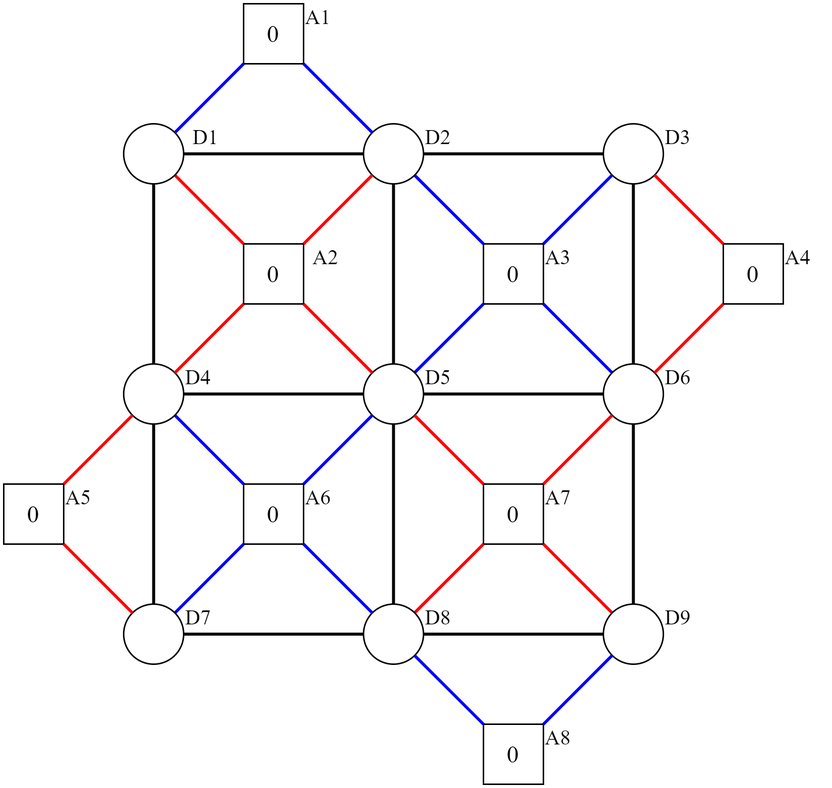
This is pictures/surface_code/surface_code_nine_qubits_layout.drawio.png from Mitch36/QuantumSim-QEC, a draw.io export, as it was before one commit. Source tidied: cells renumbered, new cells last; positions are measured from the earlier drawing's top-left corner, leaving out a move shared by most shapes.
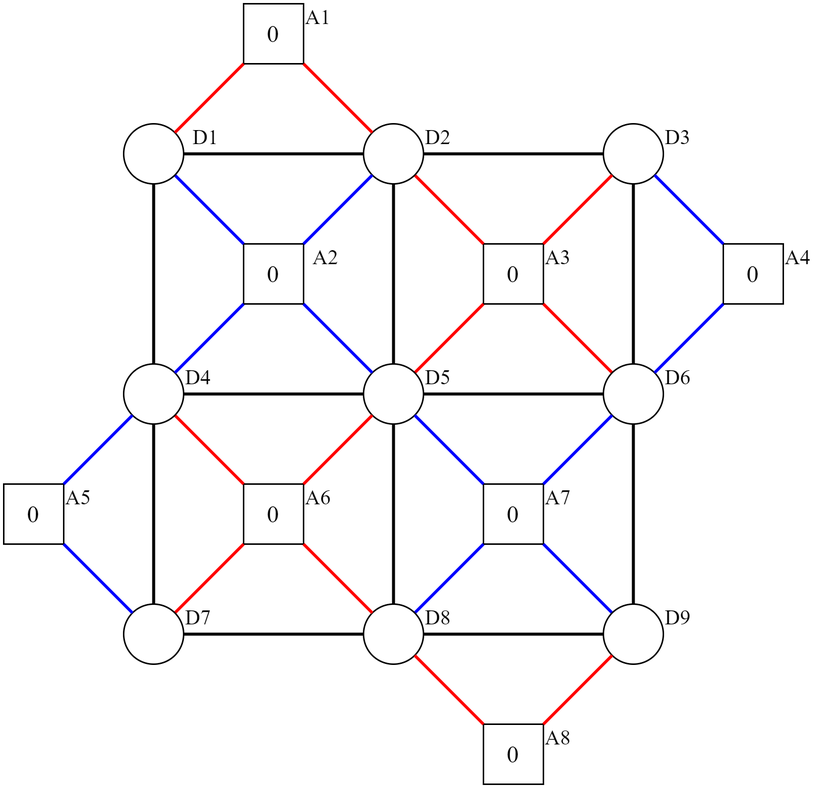
After the change.

Diff of the diagram source:
```diff
@@ -8,10 +8,10 @@
     <mxCell id="3" value="&lt;font style=&quot;font-size: 14px;&quot;&gt;A3&lt;/font&gt;" style="text;html=1;strokeColor=none;fillColor=none;align=center;verticalAlign=middle;whiteSpace=wrap;rounded=0;fontFamily=Times New Roman;" parent="1" vertex="1">
       <mxGeometry x="350" y="160" width="40" height="20" as="geometry" />
     </mxCell>
-    <mxCell id="4" style="endArrow=none;html=1;rounded=0;fontFamily=Times New Roman;strokeWidth=2;strokeColor=#0000FF;entryX=0;entryY=1;entryDx=0;entryDy=0;" parent="1" edge="1" source="14" target="2">
+    <mxCell id="4" style="endArrow=none;html=1;rounded=0;fontFamily=Times New Roman;strokeWidth=2;strokeColor=#FF0000;entryX=0;entryY=1;entryDx=0;entryDy=0;" parent="1" edge="1" source="14" target="2">
       <mxGeometry relative="1" as="geometry" />
     </mxCell>
-    <mxCell id="5" style="endArrow=none;html=1;rounded=0;fontFamily=Times New Roman;strokeWidth=2;strokeColor=#0000FF;entryX=0;entryY=0;entryDx=0;entryDy=0;" parent="1" edge="1" source="7" target="2">
+    <mxCell id="5" style="endArrow=none;html=1;rounded=0;fontFamily=Times New Roman;strokeWidth=2;strokeColor=#FF0000;entryX=0;entryY=0;entryDx=0;entryDy=0;" parent="1" edge="1" source="7" target="2">
       <mxGeometry relative="1" as="geometry" />
     </mxCell>
     <mxCell id="6" value="&lt;font style=&quot;font-size: 14px;&quot;&gt;D2&lt;/font&gt;" style="text;html=1;strokeColor=none;fillColor=none;align=center;verticalAlign=middle;whiteSpace=wrap;rounded=0;fontFamily=Times New Roman;" parent="1" vertex="1">
@@ -26,10 +26,10 @@
     <mxCell id="9" value="&lt;font style=&quot;font-size: 14px;&quot;&gt;D3&lt;/font&gt;" style="text;html=1;strokeColor=none;fillColor=none;align=center;verticalAlign=middle;whiteSpace=wrap;rounded=0;fontFamily=Times New Roman;" parent="1" vertex="1">
       <mxGeometry x="430" y="80" width="40" height="20" as="geometry" />
     </mxCell>
-    <mxCell id="10" style="endArrow=none;html=1;rounded=0;fontFamily=Times New Roman;strokeWidth=2;strokeColor=#0000FF;exitX=1;exitY=0;exitDx=0;exitDy=0;" parent="1" edge="1" source="2" target="8">
+    <mxCell id="10" style="endArrow=none;html=1;rounded=0;fontFamily=Times New Roman;strokeWidth=2;strokeColor=#FF0000;exitX=1;exitY=0;exitDx=0;exitDy=0;" parent="1" edge="1" source="2" target="8">
       <mxGeometry relative="1" as="geometry" />
     </mxCell>
-    <mxCell id="11" style="endArrow=none;html=1;rounded=0;fontFamily=Times New Roman;strokeWidth=2;strokeColor=#0000FF;" parent="1" edge="1" source="2" target="12">
+    <mxCell id="11" style="endArrow=none;html=1;rounded=0;fontFamily=Times New Roman;strokeWidth=2;strokeColor=#FF0000;" parent="1" edge="1" source="2" target="12">
       <mxGeometry relative="1" as="geometry" />
     </mxCell>
     <mxCell id="12" style="ellipse;whiteSpace=wrap;html=1;fontFamily=Times New Roman;" parent="1" vertex="1">
@@ -50,16 +50,16 @@
     <mxCell id="17" value="&lt;font style=&quot;font-size: 14px;&quot;&gt;A7&lt;/font&gt;" style="text;html=1;strokeColor=none;fillColor=none;align=center;verticalAlign=middle;whiteSpace=wrap;rounded=0;fontFamily=Times New Roman;" parent="1" vertex="1">
       <mxGeometry x="350" y="320" width="40" height="20" as="geometry" />
     </mxCell>
-    <mxCell id="18" style="endArrow=none;html=1;rounded=0;fontFamily=Times New Roman;strokeWidth=2;strokeColor=#FF0000;entryX=0;entryY=1;entryDx=0;entryDy=0;" parent="1" edge="1" source="23" target="16">
+    <mxCell id="18" style="endArrow=none;html=1;rounded=0;fontFamily=Times New Roman;strokeWidth=2;strokeColor=#0000FF;entryX=0;entryY=1;entryDx=0;entryDy=0;" parent="1" edge="1" source="23" target="16">
       <mxGeometry relative="1" as="geometry" />
     </mxCell>
-    <mxCell id="19" style="endArrow=none;html=1;rounded=0;fontFamily=Times New Roman;strokeWidth=2;strokeColor=#FF0000;entryX=0;entryY=0;entryDx=0;entryDy=0;" parent="1" edge="1" source="14" target="16">
+    <mxCell id="19" style="endArrow=none;html=1;rounded=0;fontFamily=Times New Roman;strokeWidth=2;strokeColor=#0000FF;entryX=0;entryY=0;entryDx=0;entryDy=0;" parent="1" edge="1" source="14" target="16">
       <mxGeometry relative="1" as="geometry" />
     </mxCell>
-    <mxCell id="20" style="endArrow=none;html=1;rounded=0;fontFamily=Times New Roman;strokeWidth=2;strokeColor=#FF0000;exitX=1;exitY=0;exitDx=0;exitDy=0;" parent="1" edge="1" source="16" target="12">
+    <mxCell id="20" style="endArrow=none;html=1;rounded=0;fontFamily=Times New Roman;strokeWidth=2;strokeColor=#0000FF;exitX=1;exitY=0;exitDx=0;exitDy=0;" parent="1" edge="1" source="16" target="12">
       <mxGeometry relative="1" as="geometry" />
     </mxCell>
-    <mxCell id="21" style="endArrow=none;html=1;rounded=0;fontFamily=Times New Roman;strokeWidth=2;strokeColor=#FF0000;" parent="1" edge="1" source="16" target="26">
+    <mxCell id="21" style="endArrow=none;html=1;rounded=0;fontFamily=Times New Roman;strokeWidth=2;strokeColor=#0000FF;" parent="1" edge="1" source="16" target="26">
       <mxGeometry relative="1" as="geometry" />
     </mxCell>
     <mxCell id="22" style="group;" parent="1" vertex="1">
@@ -86,10 +86,10 @@
     <mxCell id="29" value="&lt;font style=&quot;font-size: 14px;&quot;&gt;A6&lt;/font&gt;" style="text;html=1;strokeColor=none;fillColor=none;align=center;verticalAlign=middle;whiteSpace=wrap;rounded=0;fontFamily=Times New Roman;" parent="1" vertex="1">
       <mxGeometry x="190" y="320" width="40" height="20" as="geometry" />
     </mxCell>
-    <mxCell id="30" style="endArrow=none;html=1;rounded=0;fontFamily=Times New Roman;strokeWidth=2;strokeColor=#0000FF;entryX=0;entryY=1;entryDx=0;entryDy=0;" parent="1" edge="1" source="36" target="28">
+    <mxCell id="30" style="endArrow=none;html=1;rounded=0;fontFamily=Times New Roman;strokeWidth=2;strokeColor=#FF0000;entryX=0;entryY=1;entryDx=0;entryDy=0;" parent="1" edge="1" source="36" target="28">
       <mxGeometry relative="1" as="geometry" />
     </mxCell>
-    <mxCell id="31" style="endArrow=none;html=1;rounded=0;fontFamily=Times New Roman;strokeWidth=2;strokeColor=#0000FF;entryX=0;entryY=0;entryDx=0;entryDy=0;" parent="1" edge="1" source="33" target="28">
+    <mxCell id="31" style="endArrow=none;html=1;rounded=0;fontFamily=Times New Roman;strokeWidth=2;strokeColor=#FF0000;entryX=0;entryY=0;entryDx=0;entryDy=0;" parent="1" edge="1" source="33" target="28">
       <mxGeometry relative="1" as="geometry" />
     </mxCell>
     <mxCell id="32" value="&lt;font style=&quot;font-size: 14px;&quot;&gt;D4&lt;/font&gt;" style="text;html=1;strokeColor=none;fillColor=none;align=center;verticalAlign=middle;whiteSpace=wrap;rounded=0;fontFamily=Times New Roman;" parent="1" vertex="1">
@@ -98,10 +98,10 @@
     <mxCell id="33" style="ellipse;whiteSpace=wrap;html=1;fontFamily=Times New Roman;" parent="1" vertex="1">
       <mxGeometry x="80" y="240" width="40" height="40" as="geometry" />
     </mxCell>
-    <mxCell id="34" style="endArrow=none;html=1;rounded=0;fontFamily=Times New Roman;strokeWidth=2;strokeColor=#0000FF;exitX=1;exitY=0;exitDx=0;exitDy=0;" parent="1" edge="1" source="28" target="14">
+    <mxCell id="34" style="endArrow=none;html=1;rounded=0;fontFamily=Times New Roman;strokeWidth=2;strokeColor=#FF0000;exitX=1;exitY=0;exitDx=0;exitDy=0;" parent="1" edge="1" source="28" target="14">
       <mxGeometry relative="1" as="geometry" />
     </mxCell>
-    <mxCell id="35" style="endArrow=none;html=1;rounded=0;fontFamily=Times New Roman;strokeWidth=2;strokeColor=#0000FF;" parent="1" edge="1" source="28" target="23">
+    <mxCell id="35" style="endArrow=none;html=1;rounded=0;fontFamily=Times New Roman;strokeWidth=2;strokeColor=#FF0000;" parent="1" edge="1" source="28" target="23">
       <mxGeometry relative="1" as="geometry" />
     </mxCell>
     <mxCell id="36" style="ellipse;whiteSpace=wrap;html=1;fontFamily=Times New Roman;" parent="1" vertex="1">
@@ -116,10 +116,10 @@
     <mxCell id="39" value="&lt;font style=&quot;font-size: 14px;&quot;&gt;A2&lt;/font&gt;" style="text;html=1;strokeColor=none;fillColor=none;align=center;verticalAlign=middle;whiteSpace=wrap;rounded=0;fontFamily=Times New Roman;" parent="1" vertex="1">
       <mxGeometry x="195" y="160" width="40" height="20" as="geometry" />
     </mxCell>
-    <mxCell id="40" style="endArrow=none;html=1;rounded=0;fontFamily=Times New Roman;strokeWidth=2;strokeColor=#FF0000;entryX=0;entryY=1;entryDx=0;entryDy=0;" parent="1" edge="1" source="33" target="38">
+    <mxCell id="40" style="endArrow=none;html=1;rounded=0;fontFamily=Times New Roman;strokeWidth=2;strokeColor=#0000FF;entryX=0;entryY=1;entryDx=0;entryDy=0;" parent="1" edge="1" source="33" target="38">
       <mxGeometry relative="1" as="geometry" />
     </mxCell>
-    <mxCell id="41" style="endArrow=none;html=1;rounded=0;fontFamily=Times New Roman;strokeWidth=2;strokeColor=#FF0000;entryX=0;entryY=0;entryDx=0;entryDy=0;" parent="1" edge="1" source="43" target="38">
+    <mxCell id="41" style="endArrow=none;html=1;rounded=0;fontFamily=Times New Roman;strokeWidth=2;strokeColor=#0000FF;entryX=0;entryY=0;entryDx=0;entryDy=0;" parent="1" edge="1" source="43" target="38">
       <mxGeometry relative="1" as="geometry" />
     </mxCell>
     <mxCell id="42" value="&lt;font style=&quot;font-size: 14px;&quot;&gt;D1&lt;/font&gt;" style="text;html=1;strokeColor=none;fillColor=none;align=center;verticalAlign=middle;whiteSpace=wrap;rounded=0;fontFamily=Times New Roman;" parent="1" vertex="1">
@@ -128,10 +128,10 @@
     <mxCell id="43" style="ellipse;whiteSpace=wrap;html=1;fontFamily=Times New Roman;" parent="1" vertex="1">
       <mxGeometry x="80" y="80" width="40" height="40" as="geometry" />
     </mxCell>
-    <mxCell id="44" style="endArrow=none;html=1;rounded=0;fontFamily=Times New Roman;strokeWidth=2;strokeColor=#FF0000;exitX=1;exitY=0;exitDx=0;exitDy=0;" parent="1" edge="1" source="38" target="7">
+    <mxCell id="44" style="endArrow=none;html=1;rounded=0;fontFamily=Times New Roman;strokeWidth=2;strokeColor=#0000FF;exitX=1;exitY=0;exitDx=0;exitDy=0;" parent="1" edge="1" source="38" target="7">
       <mxGeometry relative="1" as="geometry" />
     </mxCell>
-    <mxCell id="45" style="endArrow=none;html=1;rounded=0;fontFamily=Times New Roman;strokeWidth=2;strokeColor=#FF0000;" parent="1" edge="1" source="38" target="14">
+    <mxCell id="45" style="endArrow=none;html=1;rounded=0;fontFamily=Times New Roman;strokeWidth=2;strokeColor=#0000FF;" parent="1" edge="1" source="38" target="14">
       <mxGeometry relative="1" as="geometry" />
     </mxCell>
     <mxCell id="46" value="&lt;font style=&quot;font-size: 16px;&quot;&gt;0&lt;/font&gt;" style="rounded=0;whiteSpace=wrap;html=1;fontFamily=Times New Roman;" parent="1" vertex="1">
@@ -140,10 +140,10 @@
     <mxCell id="47" value="&lt;font style=&quot;font-size: 14px;&quot;&gt;A1&lt;/font&gt;" style="text;html=1;strokeColor=none;fillColor=none;align=center;verticalAlign=middle;whiteSpace=wrap;rounded=0;fontFamily=Times New Roman;" parent="1" vertex="1">
       <mxGeometry x="190" width="40" height="20" as="geometry" />
     </mxCell>
-    <mxCell id="48" style="endArrow=none;html=1;rounded=0;fontFamily=Times New Roman;strokeWidth=2;strokeColor=#0000FF;exitX=1;exitY=1;exitDx=0;exitDy=0;" parent="1" edge="1" source="46" target="7">
+    <mxCell id="48" style="endArrow=none;html=1;rounded=0;fontFamily=Times New Roman;strokeWidth=2;strokeColor=#FF0000;exitX=1;exitY=1;exitDx=0;exitDy=0;" parent="1" edge="1" source="46" target="7">
       <mxGeometry relative="1" as="geometry" />
     </mxCell>
-    <mxCell id="49" style="endArrow=none;html=1;rounded=0;fontFamily=Times New Roman;strokeWidth=2;strokeColor=#0000FF;" parent="1" edge="1" source="46" target="43">
+    <mxCell id="49" style="endArrow=none;html=1;rounded=0;fontFamily=Times New Roman;strokeWidth=2;strokeColor=#FF0000;" parent="1" edge="1" source="46" target="43">
       <mxGeometry relative="1" as="geometry" />
     </mxCell>
     <mxCell id="50" value="&lt;font style=&quot;font-size: 16px;&quot;&gt;0&lt;/font&gt;" style="rounded=0;whiteSpace=wrap;html=1;fontFamily=Times New Roman;" parent="1" vertex="1">
@@ -152,10 +152,10 @@
     <mxCell id="51" value="&lt;font style=&quot;font-size: 14px;&quot;&gt;A4&lt;/font&gt;" style="text;html=1;strokeColor=none;fillColor=none;align=center;verticalAlign=middle;whiteSpace=wrap;rounded=0;fontFamily=Times New Roman;" parent="1" vertex="1">
       <mxGeometry x="510" y="160" width="40" height="20" as="geometry" />
     </mxCell>
-    <mxCell id="52" style="endArrow=none;html=1;rounded=0;fontFamily=Times New Roman;strokeWidth=2;strokeColor=#FF0000;" parent="1" edge="1" source="8" target="50">
+    <mxCell id="52" style="endArrow=none;html=1;rounded=0;fontFamily=Times New Roman;strokeWidth=2;strokeColor=#0000FF;" parent="1" edge="1" source="8" target="50">
       <mxGeometry relative="1" as="geometry" />
     </mxCell>
-    <mxCell id="53" style="endArrow=none;html=1;rounded=0;fontFamily=Times New Roman;strokeWidth=2;strokeColor=#FF0000;" parent="1" edge="1" source="50" target="12">
+    <mxCell id="53" style="endArrow=none;html=1;rounded=0;fontFamily=Times New Roman;strokeWidth=2;strokeColor=#0000FF;" parent="1" edge="1" source="50" target="12">
       <mxGeometry relative="1" as="geometry" />
     </mxCell>
     <mxCell id="54" value="&lt;font style=&quot;font-size: 16px;&quot;&gt;0&lt;/font&gt;" style="rounded=0;whiteSpace=wrap;html=1;fontFamily=Times New Roman;" parent="1" vertex="1">
@@ -164,10 +164,10 @@
     <mxCell id="55" value="&lt;font style=&quot;font-size: 14px;&quot;&gt;A8&lt;/font&gt;" style="text;html=1;strokeColor=none;fillColor=none;align=center;verticalAlign=middle;whiteSpace=wrap;rounded=0;fontFamily=Times New Roman;" parent="1" vertex="1">
       <mxGeometry x="350" y="480" width="40" height="20" as="geometry" />
     </mxCell>
-    <mxCell id="56" style="endArrow=none;html=1;rounded=0;fontFamily=Times New Roman;strokeWidth=2;strokeColor=#0000FF;" parent="1" edge="1" source="54" target="26">
+    <mxCell id="56" style="endArrow=none;html=1;rounded=0;fontFamily=Times New Roman;strokeWidth=2;strokeColor=#FF0000;" parent="1" edge="1" source="54" target="26">
       <mxGeometry relative="1" as="geometry" />
     </mxCell>
-    <mxCell id="57" style="endArrow=none;html=1;rounded=0;fontFamily=Times New Roman;strokeWidth=2;strokeColor=#0000FF;" parent="1" edge="1" source="23" target="54">
+    <mxCell id="57" style="endArrow=none;html=1;rounded=0;fontFamily=Times New Roman;strokeWidth=2;strokeColor=#FF0000;" parent="1" edge="1" source="23" target="54">
       <mxGeometry relative="1" as="geometry" />
     </mxCell>
     <mxCell id="58" value="&lt;font style=&quot;font-size: 16px;&quot;&gt;0&lt;/font&gt;" style="rounded=0;whiteSpace=wrap;html=1;fontFamily=Times New Roman;" parent="1" vertex="1">
@@ -176,10 +176,10 @@
     <mxCell id="59" value="&lt;font style=&quot;font-size: 14px;&quot;&gt;A5&lt;/font&gt;" style="text;html=1;strokeColor=none;fillColor=none;align=center;verticalAlign=middle;whiteSpace=wrap;rounded=0;fontFamily=Times New Roman;" parent="1" vertex="1">
       <mxGeometry x="30" y="320" width="40" height="20" as="geometry" />
     </mxCell>
-    <mxCell id="60" style="endArrow=none;html=1;rounded=0;fontFamily=Times New Roman;strokeWidth=2;strokeColor=#FF0000;" parent="1" edge="1" source="58" target="33">
+    <mxCell id="60" style="endArrow=none;html=1;rounded=0;fontFamily=Times New Roman;strokeWidth=2;strokeColor=#0000FF;" parent="1" edge="1" source="58" target="33">
       <mxGeometry relative="1" as="geometry" />
     </mxCell>
-    <mxCell id="61" style="endArrow=none;html=1;rounded=0;fontFamily=Times New Roman;strokeWidth=2;strokeColor=#FF0000;" parent="1" edge="1" source="58" target="36">
+    <mxCell id="61" style="endArrow=none;html=1;rounded=0;fontFamily=Times New Roman;strokeWidth=2;strokeColor=#0000FF;" parent="1" edge="1" source="58" target="36">
       <mxGeometry relative="1" as="geometry" />
     </mxCell>
     <mxCell id="62" style="endArrow=none;html=1;rounded=0;strokeColor=#000000;strokeWidth=2;fontFamily=Times New Roman;fontSize=14;" parent="1" edge="1" source="33" target="43">
```
